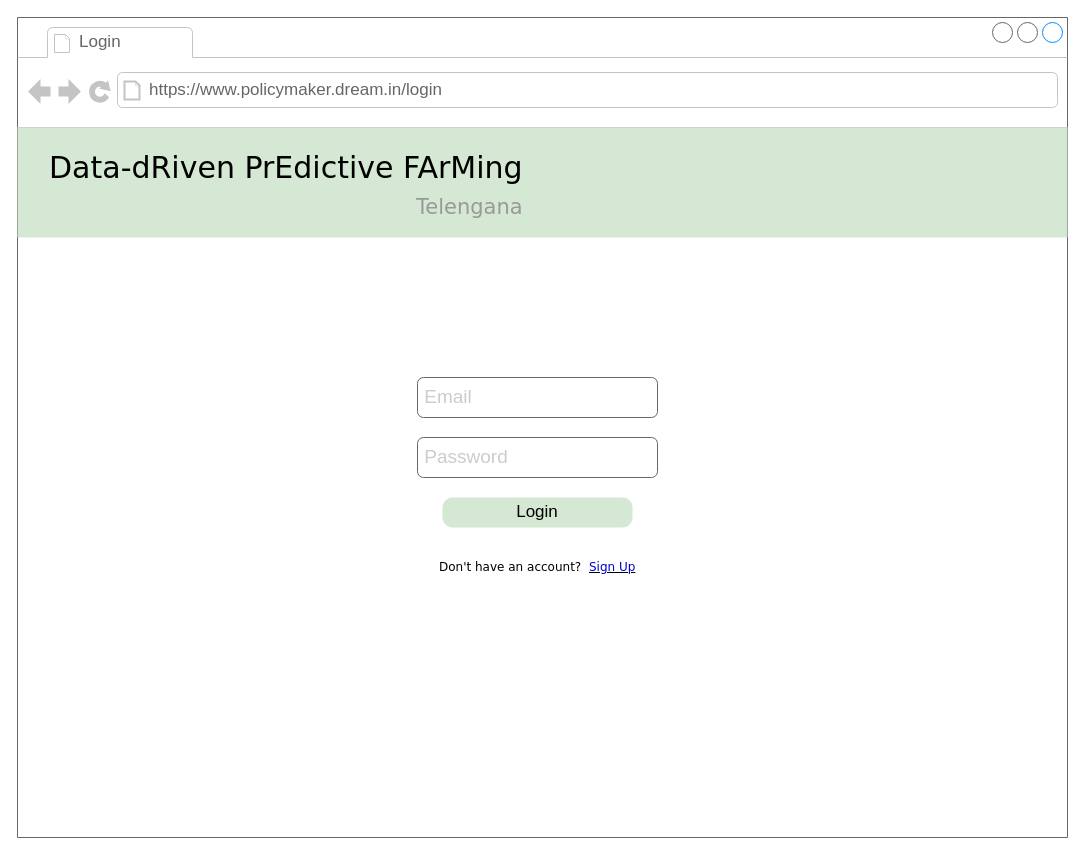
Before: page "ag-login" (7 of 25) of RASD/diagrams/User Interface.drawio in ictar/DREAM-SE2-Project-2022, a draw.io diagram. Source tidied: cells renumbered, new cells numbered last; positions are measured from the earlier drawing's top-left corner, leaving out a move shared by most shapes. Both pictures are drawn from the tidied source at 100%, with x=0, y=0 at pixel (17, 17).
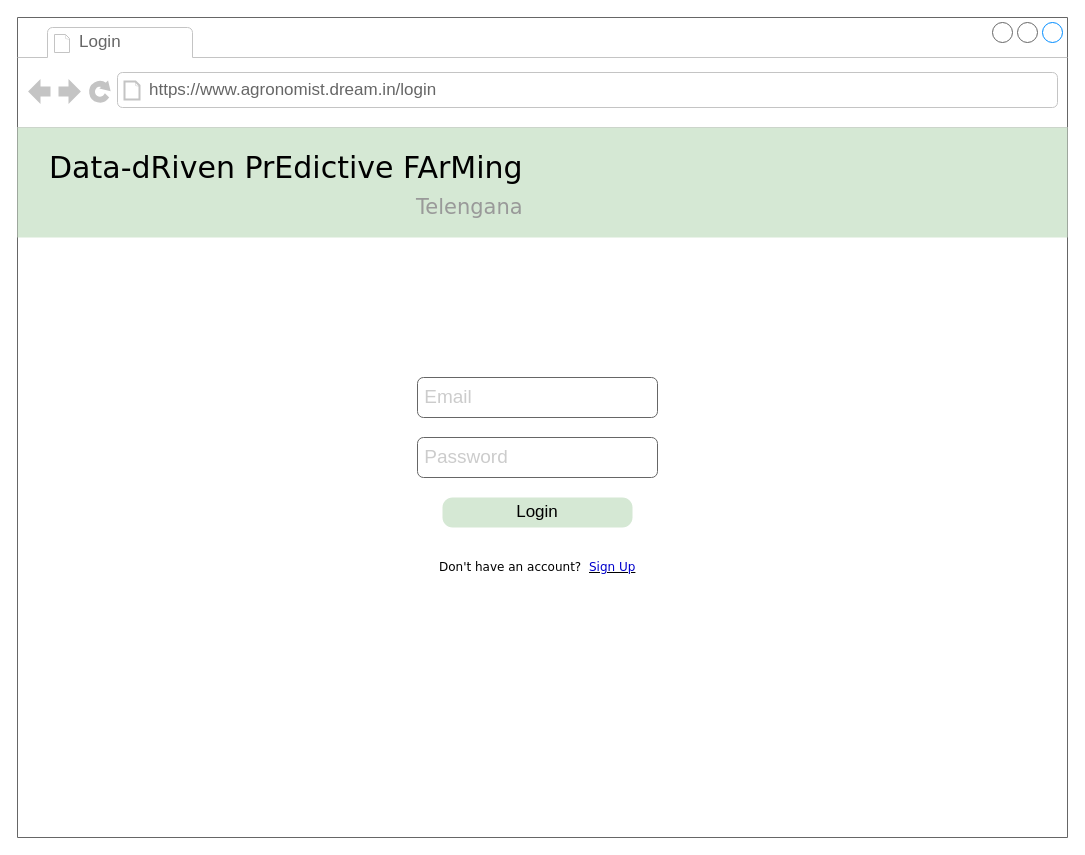
The same page after the edit.

The edit, as a diff of the source:
```diff
@@
 <mxGraphModel>
   <root>
     <mxCell id="0" />
     <mxCell id="1" parent="0" />
     <mxCell id="2" style="strokeWidth=1;shadow=0;dashed=0;align=center;html=1;shape=mxgraph.mockup.containers.browserWindow;rSize=0;strokeColor=#666666;mainText=,;rounded=0;labelBackgroundColor=none;fontFamily=Verdana;fontSize=12;" parent="1" vertex="1">
       <mxGeometry width="1050" height="820" as="geometry" />
     </mxCell>
     <mxCell id="3" value="Login" style="strokeWidth=1;shadow=0;dashed=0;align=center;html=1;shape=mxgraph.mockup.containers.anchor;fontSize=17;fontColor=#666666;align=left;" parent="2" vertex="1">
       <mxGeometry x="60" y="12" width="110" height="26" as="geometry" />
     </mxCell>
-    <mxCell id="4" value="https://www.policymaker.dream.in/login" style="strokeWidth=1;shadow=0;dashed=0;align=center;html=1;shape=mxgraph.mockup.containers.anchor;rSize=0;fontSize=17;fontColor=#666666;align=left;" parent="2" vertex="1">
+    <mxCell id="4" value="https://www.agronomist.dream.in/login" style="strokeWidth=1;shadow=0;dashed=0;align=center;html=1;shape=mxgraph.mockup.containers.anchor;rSize=0;fontSize=17;fontColor=#666666;align=left;" parent="2" vertex="1">
       <mxGeometry x="130" y="60" width="250" height="26" as="geometry" />
     </mxCell>
     <mxCell id="5" value="Login" style="strokeWidth=1;shadow=0;dashed=0;align=center;html=1;shape=mxgraph.mockup.buttons.button;strokeColor=none;mainText=;buttonStyle=round;fontSize=17;fontStyle=0;fillColor=#d5e8d4;whiteSpace=wrap;rounded=0;labelBackgroundColor=none;" parent="2" vertex="1">
       <mxGeometry x="425" y="480" width="190" height="30" as="geometry" />
     </mxCell>
     <mxCell id="6" value="&lt;font style=&quot;font-size: 19px&quot; color=&quot;#cccccc&quot;&gt;&amp;nbsp;Email&lt;/font&gt;" style="rounded=1;whiteSpace=wrap;html=1;fillColor=none;fontColor=#333333;strokeColor=#666666;align=left;" parent="2" vertex="1">
       <mxGeometry x="400" y="360" width="240" height="40" as="geometry" />
     </mxCell>
     <mxCell id="7" value="&lt;font style=&quot;font-size: 19px&quot; color=&quot;#cccccc&quot;&gt;&amp;nbsp;Password&lt;/font&gt;" style="rounded=1;whiteSpace=wrap;html=1;fillColor=none;fontColor=#333333;strokeColor=#666666;align=left;" parent="2" vertex="1">
       <mxGeometry x="400" y="420" width="240" height="40" as="geometry" />
     </mxCell>
     <mxCell id="8" value="Don't have an account?" style="text;html=1;align=left;verticalAlign=top;spacingTop=-4;fontSize=12;fontFamily=Verdana;whiteSpace=wrap;" parent="2" vertex="1">
       <mxGeometry x="420" y="540" width="160" height="20" as="geometry" />
     </mxCell>
     <mxCell id="9" value="&lt;u&gt;&lt;font color=&quot;#0000cc&quot;&gt;Sign Up&lt;/font&gt;&lt;/u&gt;" style="text;html=1;align=left;verticalAlign=top;spacingTop=-4;fontSize=12;fontFamily=Verdana;whiteSpace=wrap;" parent="2" vertex="1">
       <mxGeometry x="570" y="540" width="160" height="20" as="geometry" />
     </mxCell>
     <mxCell id="10" style="group;" parent="2" vertex="1">
       <mxGeometry y="110" width="1050" height="110" as="geometry" />
     </mxCell>
     <mxCell id="11" style="rounded=0;whiteSpace=wrap;html=1;fontSize=21;fillColor=#d5e8d4;strokeColor=none;" parent="10" vertex="1">
       <mxGeometry width="1050" height="110" as="geometry" />
     </mxCell>
     <mxCell id="12" value="Data-dRiven PrEdictive FArMing&lt;br&gt;&lt;div style=&quot;text-align: right&quot;&gt;&lt;font style=&quot;font-size: 21px&quot; color=&quot;#999999&quot;&gt;Telengana&lt;/font&gt;&lt;/div&gt;" style="text;html=1;align=left;verticalAlign=top;spacingTop=-4;fontSize=30;fontFamily=Verdana;" parent="10" vertex="1">
       <mxGeometry x="30" y="20" width="480" height="70" as="geometry" />
     </mxCell>
   </root>
 </mxGraphModel>
```
